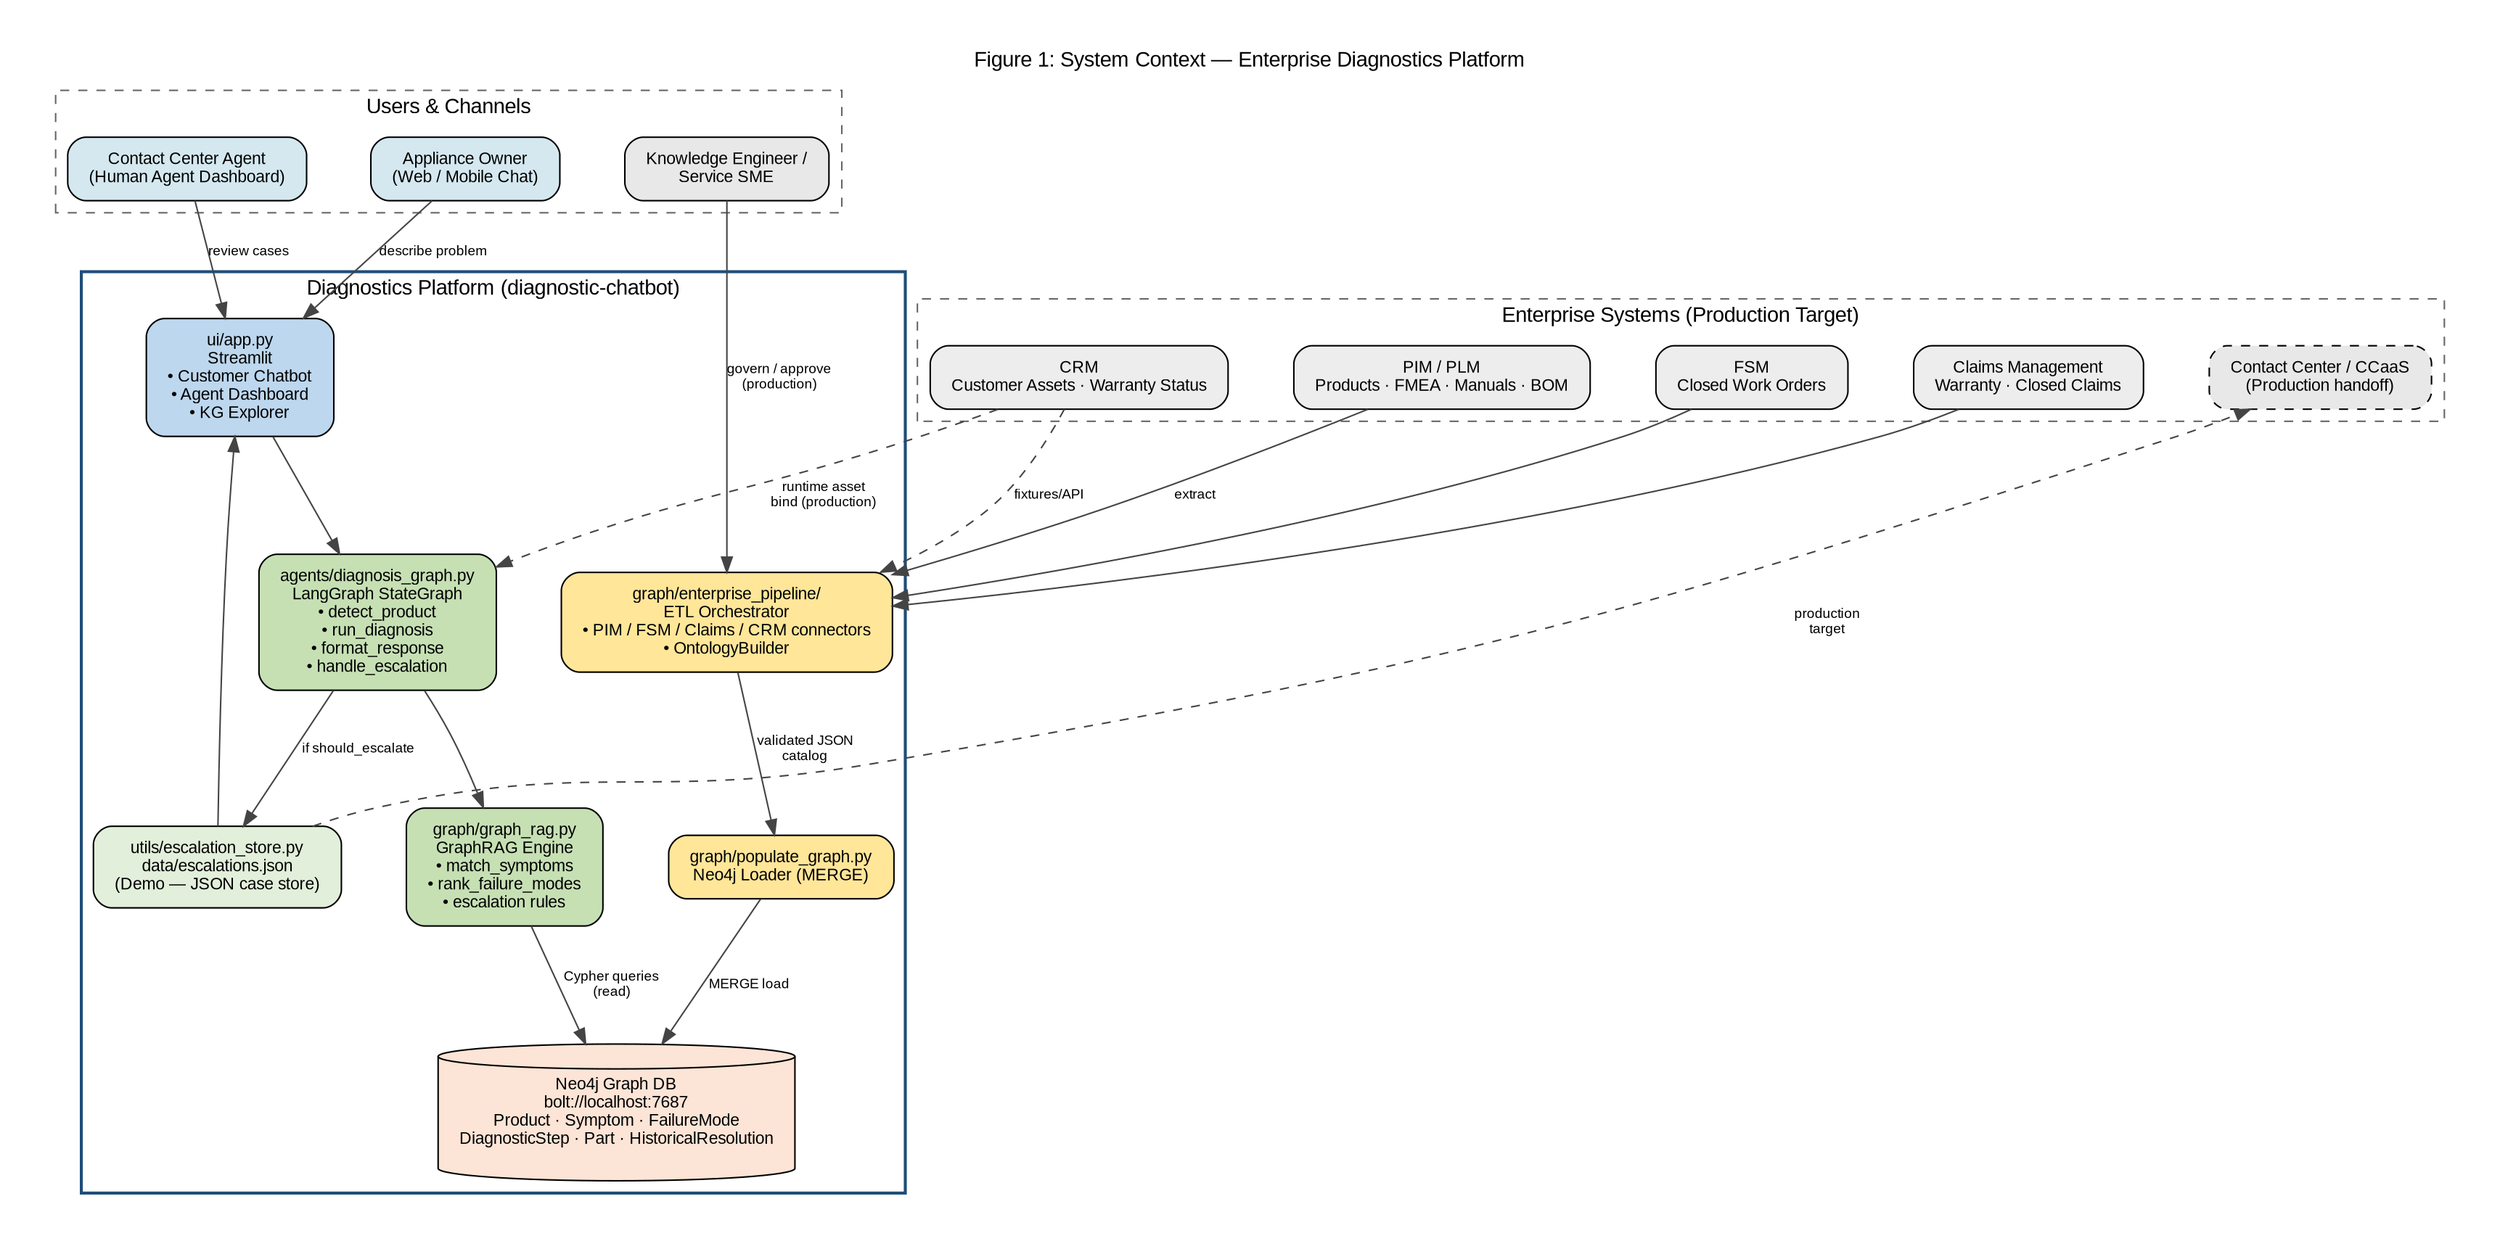
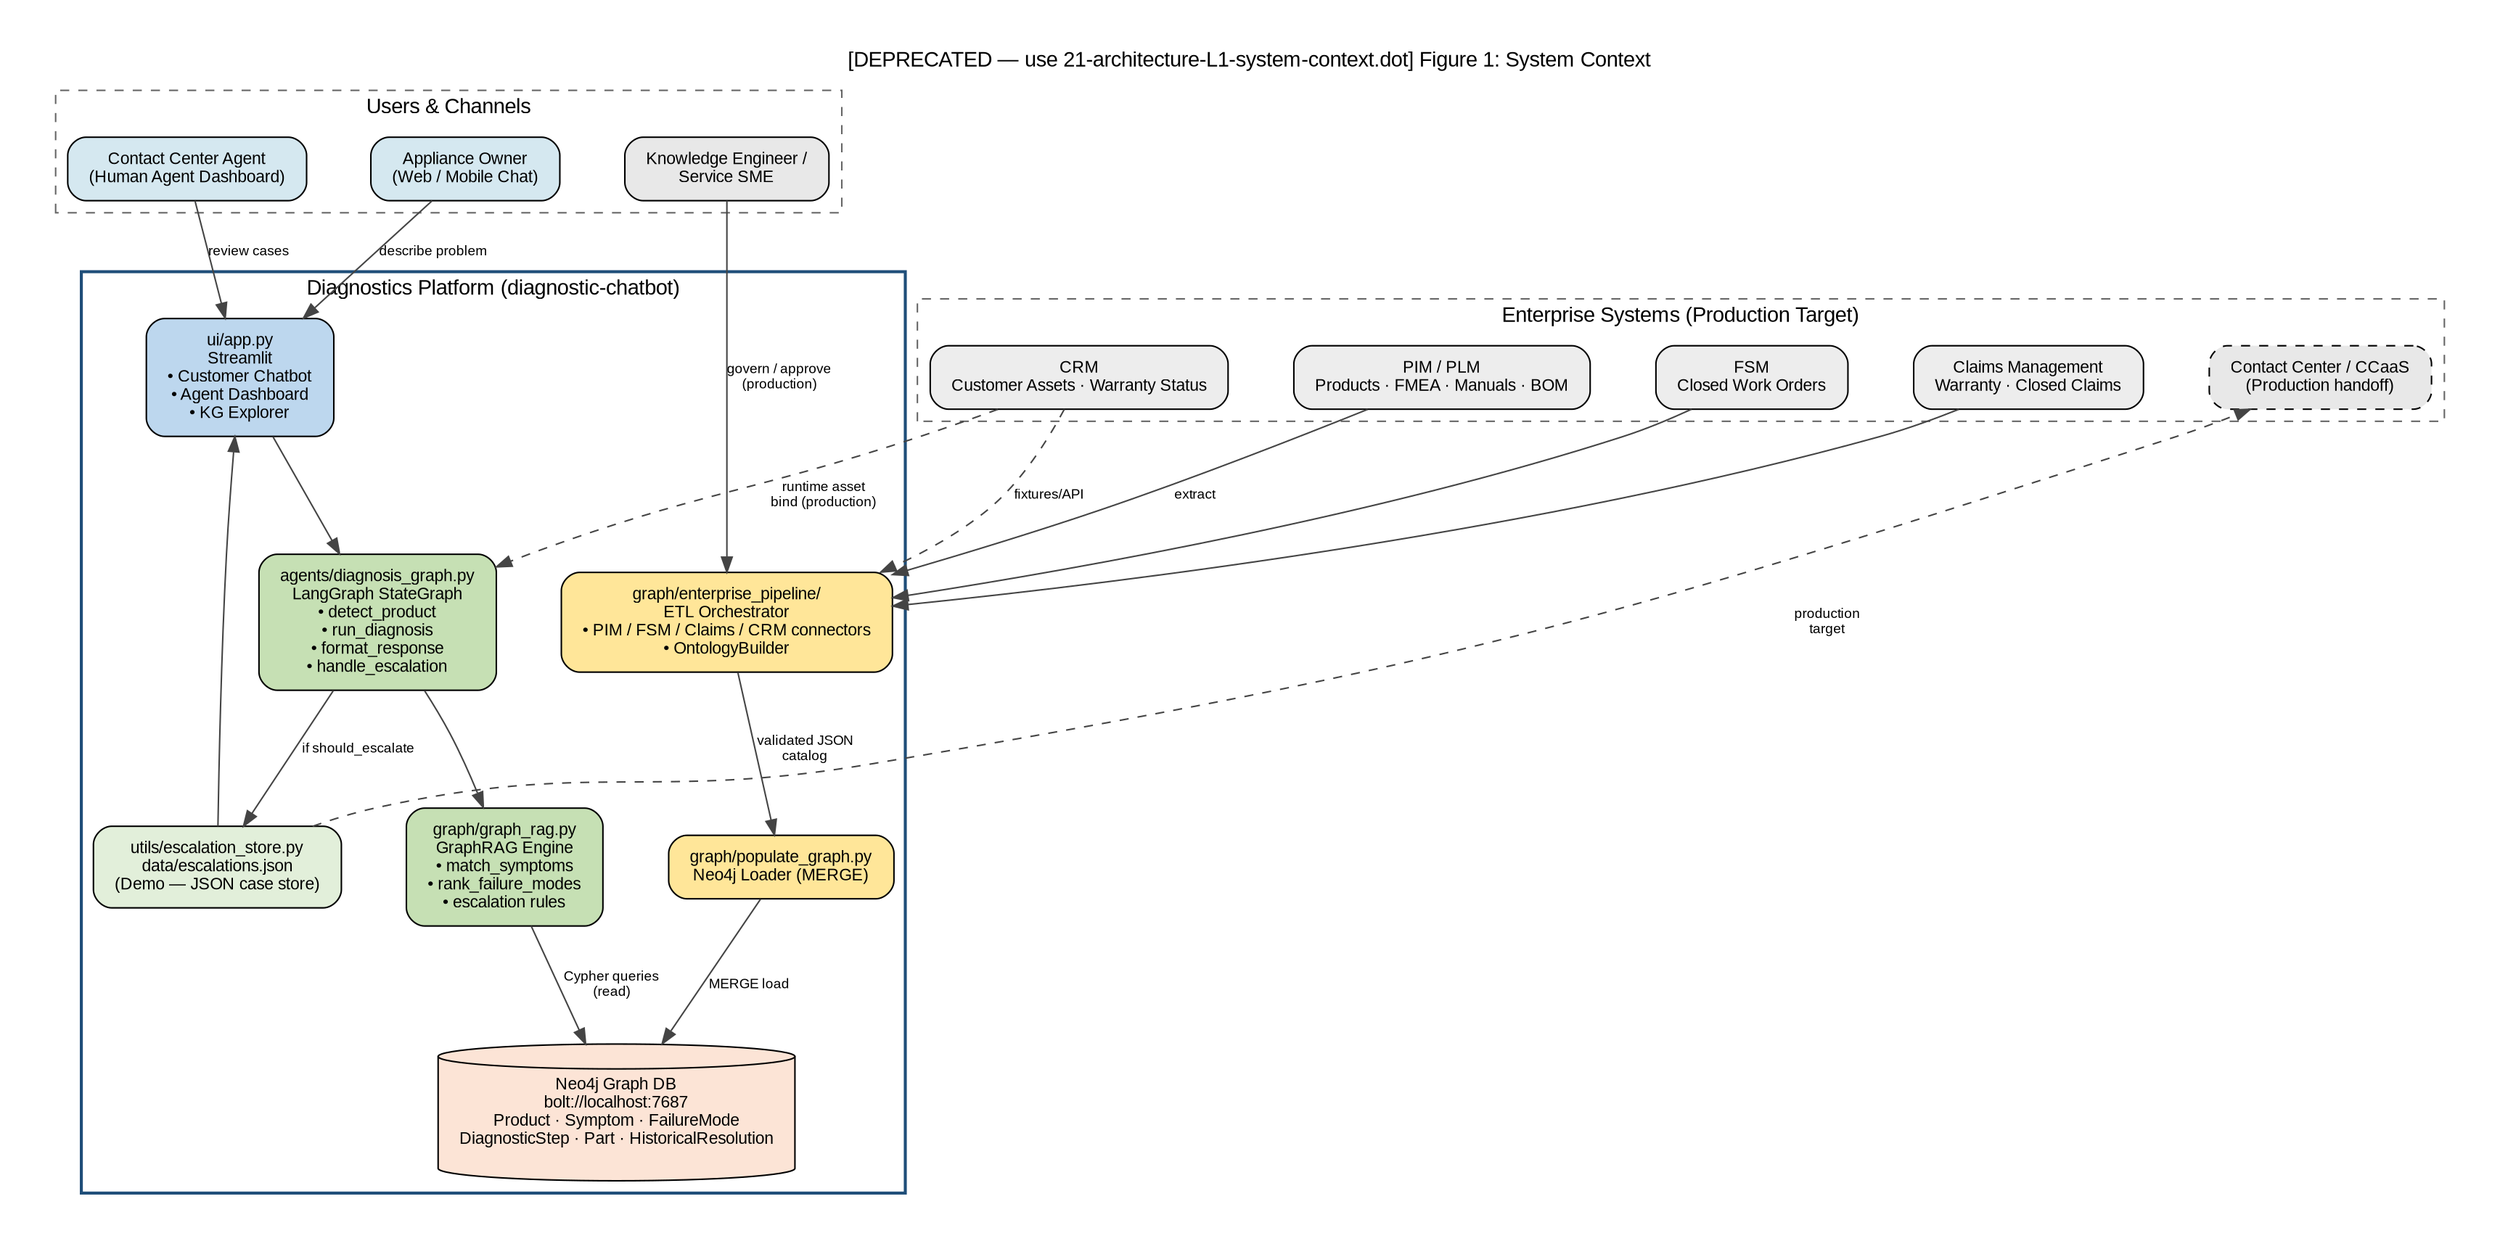
// Figure 1: Enterprise System Context (C4 Level 1)
digraph SystemContext {
  graph [
    rankdir=TB
-     label="Figure 1: System Context — Enterprise Diagnostics Platform"
+     label="[DEPRECATED — use 21-architecture-L1-system-context.dot] Figure 1: System Context"
    labelloc=t
    fontsize=14
    fontname="Arial"
    bgcolor="white"
    pad=0.4
    nodesep=0.6
    ranksep=0.8
  ]
  node [shape=box, style="rounded,filled", fontname="Arial", fontsize=11, margin="0.2,0.12"]
  edge [fontname="Arial", fontsize=9, color="#444444"]

  subgraph cluster_users {
    label="Users & Channels"
    style=dashed
    color="#666666"
    Customer [label="Appliance Owner\n(Web / Mobile Chat)", fillcolor="#D5E8F0"]
    Agent [label="Contact Center Agent\n(Human Agent Dashboard)", fillcolor="#D5E8F0"]
    SME [label="Knowledge Engineer /\nService SME", fillcolor="#E8E8E8"]
  }

  subgraph cluster_platform {
    label="Diagnostics Platform (diagnostic-chatbot)"
    style=bold
    color="#1F4E79"
    fillcolor="#F7FAFC"

    UI [label="ui/app.py\nStreamlit\n• Customer Chatbot\n• Agent Dashboard\n• KG Explorer", fillcolor="#BDD7EE"]
    AgentOrch [label="agents/diagnosis_graph.py\nLangGraph StateGraph\n• detect_product\n• run_diagnosis\n• format_response\n• handle_escalation", fillcolor="#C6E0B4"]
    GraphRAG [label="graph/graph_rag.py\nGraphRAG Engine\n• match_symptoms\n• rank_failure_modes\n• escalation rules", fillcolor="#C6E0B4"]
    ETL [label="graph/enterprise_pipeline/\nETL Orchestrator\n• PIM / FSM / Claims / CRM connectors\n• OntologyBuilder", fillcolor="#FFE699"]
    Loader [label="graph/populate_graph.py\nNeo4j Loader (MERGE)", fillcolor="#FFE699"]
    Neo4j [label="Neo4j Graph DB\nbolt://localhost:7687\nProduct · Symptom · FailureMode\nDiagnosticStep · Part · HistoricalResolution", shape=cylinder, fillcolor="#FCE4D6"]
    EscStore [label="utils/escalation_store.py\ndata/escalations.json\n(Demo — JSON case store)", fillcolor="#E2EFDA"]
  }

  subgraph cluster_enterprise {
    label="Enterprise Systems (Production Target)"
    style=dashed
    color="#666666"
    PIM [label="PIM / PLM\nProducts · FMEA · Manuals · BOM", fillcolor="#EDEDED"]
    FSM [label="FSM\nClosed Work Orders", fillcolor="#EDEDED"]
    Claims [label="Claims Management\nWarranty · Closed Claims", fillcolor="#EDEDED"]
    CRM [label="CRM\nCustomer Assets · Warranty Status", fillcolor="#EDEDED"]
    CCaaS [label="Contact Center / CCaaS\n(Production handoff)", fillcolor="#E8E8E8", style="rounded,dashed,filled"]
  }

  Customer -> UI [label="describe problem"]
  UI -> AgentOrch
  AgentOrch -> GraphRAG
  GraphRAG -> Neo4j [label="Cypher queries\n(read)"]
  AgentOrch -> EscStore [label="if should_escalate"]
  Agent -> UI [label="review cases"]
  EscStore -> UI

  PIM -> ETL [label="extract"]
  FSM -> ETL
  Claims -> ETL
  CRM -> ETL [label="fixtures/API", style=dashed]
  ETL -> Loader [label="validated JSON\ncatalog"]
  Loader -> Neo4j [label="MERGE load"]
  SME -> ETL [label="govern / approve\n(production)"]

  EscStore -> CCaaS [label="production\ntarget", style=dashed]
  CRM -> AgentOrch [label="runtime asset\nbind (production)", style=dashed]
}